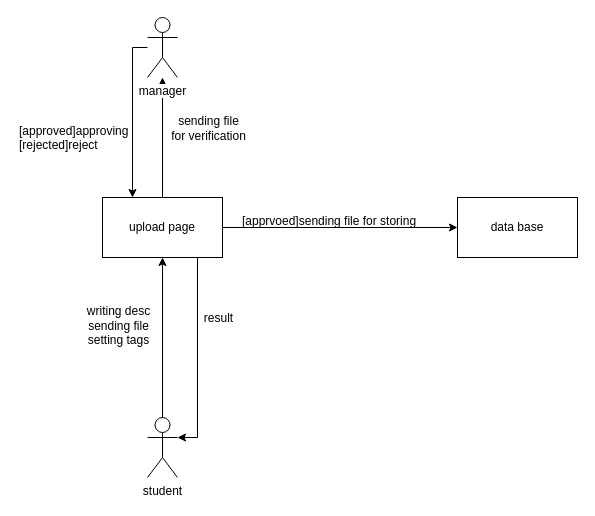
The draw.io diagram communication diagram upload part .drawio in redZmortallancer/project-az-narm-1, before the edit. Source tidied: cells renumbered, new cells numbered last; positions are measured from the earlier drawing's top-left corner, leaving out a move shared by most shapes. Both pictures are drawn from the tidied source at 100%, with x=0, y=0 at pixel (17, 17).
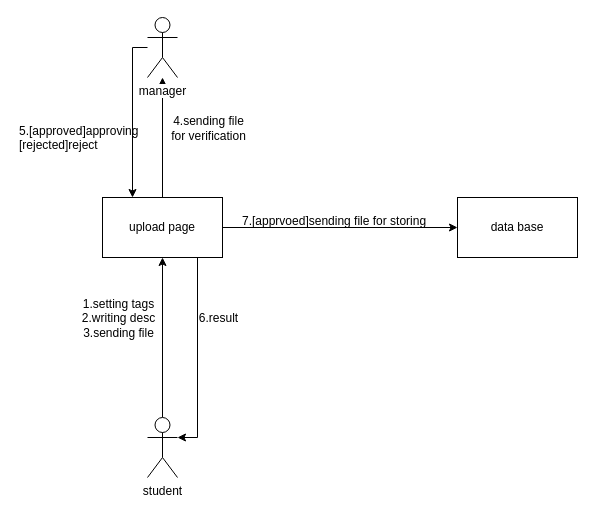
The same diagram, later.

Unchanged cells that the change refers to:
```xml
<mxCell id="2" style="edgeStyle=orthogonalEdgeStyle;rounded=0;jettySize=auto;html=1;" parent="1" edge="1" source="4" target="10">
  <mxGeometry relative="1" as="geometry" />
</mxCell>
<mxCell id="5" style="edgeStyle=orthogonalEdgeStyle;rounded=0;jettySize=auto;html=1;entryX=1;entryY=0.3333333333333333;entryDx=0;entryDy=0;entryPerimeter=0;" parent="1" edge="1" source="10" target="4">
  <mxGeometry relative="1" as="geometry">
    <Array as="points">
      <mxPoint x="180" y="420" />
    </Array>
  </mxGeometry>
</mxCell>
<mxCell id="10" value="upload page" style="rounded=0;whiteSpace=wrap;html=1;" parent="1" vertex="1">
  <mxGeometry x="85" y="180" width="120" height="60" as="geometry" />
</mxCell>
```

Change to the diagram source:
```diff
@@
-    <mxCell id="3" value="&lt;br&gt;writing desc&lt;br&gt;sending file &lt;br&gt;setting tags" style="text;html=1;align=center;verticalAlign=middle;labelBackgroundColor=#ffffff;" parent="2" vertex="1">
-      <mxGeometry x="-0.01" y="-3" relative="1" as="geometry">
-        <mxPoint x="-48" y="-21" as="offset" />
-      </mxGeometry>
-    </mxCell>
+    <mxCell id="16" value="1.setting tags&lt;br&gt;2.writing desc&lt;br&gt;3.sending file &lt;br&gt;" style="text;html=1;align=center;verticalAlign=middle;labelBackgroundColor=#ffffff;" parent="2" vertex="1">
+      <mxGeometry x="-0.01" y="-3" relative="1" as="geometry">
+        <mxPoint x="-48" y="-21" as="offset" />
+      </mxGeometry>
+    </mxCell>
@@
-    <mxCell id="6" value="result" style="text;html=1;align=center;verticalAlign=middle;labelBackgroundColor=#ffffff;" parent="5" vertex="1">
-      <mxGeometry x="-0.02" relative="1" as="geometry">
-        <mxPoint x="20" y="-37.5" as="offset" />
-      </mxGeometry>
-    </mxCell>
-    <mxCell id="7" style="edgeStyle=orthogonalEdgeStyle;rounded=0;jettySize=auto;html=1;" parent="1" edge="1" source="10">
-      <mxGeometry relative="1" as="geometry">
-        <mxPoint x="145" y="60" as="targetPoint" />
-      </mxGeometry>
-    </mxCell>
-    <mxCell id="8" value="sending file&lt;br&gt;for verification" style="text;html=1;align=center;verticalAlign=middle;labelBackgroundColor=#ffffff;" parent="7" vertex="1">
-      <mxGeometry x="0.08" relative="1" as="geometry">
-        <mxPoint x="45" y="-5" as="offset" />
-      </mxGeometry>
-    </mxCell>
+    <mxCell id="17" value="6.result" style="text;html=1;align=center;verticalAlign=middle;labelBackgroundColor=#ffffff;" parent="5" vertex="1">
+      <mxGeometry x="-0.02" relative="1" as="geometry">
+        <mxPoint x="20" y="-37.5" as="offset" />
+      </mxGeometry>
+    </mxCell>
+    <mxCell id="18" style="edgeStyle=orthogonalEdgeStyle;rounded=0;jettySize=auto;html=1;" parent="1" edge="1" source="10">
+      <mxGeometry relative="1" as="geometry">
+        <mxPoint x="145" y="60" as="targetPoint" />
+      </mxGeometry>
+    </mxCell>
+    <mxCell id="19" value="4.sending file&lt;br&gt;for verification" style="text;html=1;align=center;verticalAlign=middle;labelBackgroundColor=#ffffff;" parent="18" vertex="1">
+      <mxGeometry x="0.08" relative="1" as="geometry">
+        <mxPoint x="45" y="-5" as="offset" />
+      </mxGeometry>
+    </mxCell>
@@
-    <mxCell id="14" value="[approved]approving&lt;br&gt;[rejected]reject" style="text;html=1;" parent="1" vertex="1">
-      <mxGeometry y="100" width="140" height="30" as="geometry" />
-    </mxCell>
-    <mxCell id="15" value="[apprvoed]sending file for storing" style="text;html=1;" parent="1" vertex="1">
-      <mxGeometry x="222.5" y="190" width="200" height="30" as="geometry" />
-    </mxCell>
+    <mxCell id="20" value="5.[approved]approving&lt;br&gt;[rejected]reject" style="text;html=1;" parent="1" vertex="1">
+      <mxGeometry y="100" width="140" height="30" as="geometry" />
+    </mxCell>
+    <mxCell id="21" value="7.[apprvoed]sending file for storing" style="text;html=1;" parent="1" vertex="1">
+      <mxGeometry x="222.5" y="190" width="200" height="30" as="geometry" />
+    </mxCell>
```
